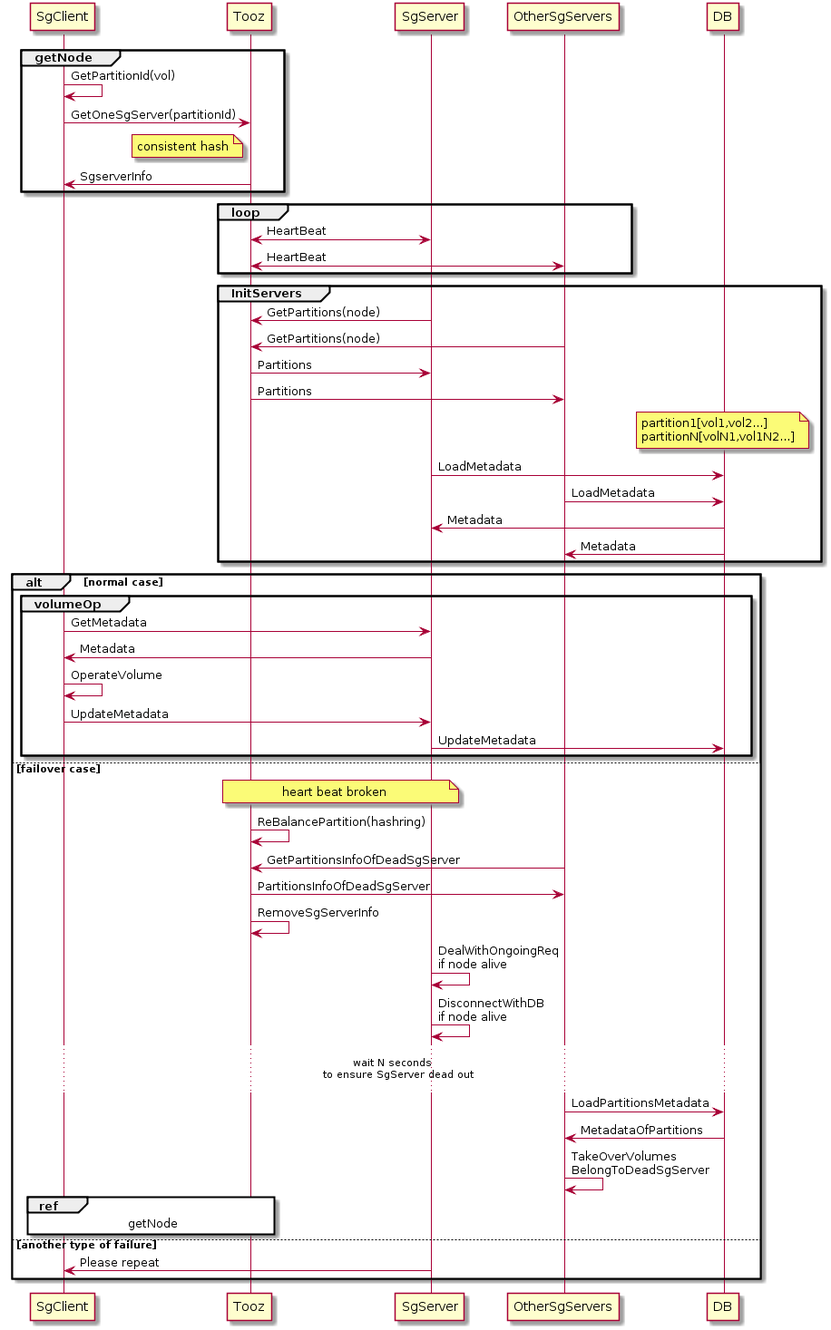
This is storage-gateway/multi server instance.png from hgqislub/pictures, a PlantUML export, as it was before one commit. The source it was exported from:
```plantuml
@startuml
group getNode
SgClient  -> SgClient: GetPartitionId(vol)
SgClient -> Tooz: GetOneSgServer(partitionId)
note left Tooz
    consistent hash
end note
SgClient <- Tooz: SgserverInfo
end

loop
    Tooz <->SgServer: HeartBeat
    Tooz <->OtherSgServers: HeartBeat
end

group InitServers
SgServer -> Tooz: GetPartitions(node)
OtherSgServers -> Tooz: GetPartitions(node)
SgServer <- Tooz: Partitions
OtherSgServers <- Tooz: Partitions
note over DB
            partition1[vol1,vol2...]
            partitionN[volN1,vol1N2...]
end note
SgServer -> DB: LoadMetadata
OtherSgServers -> DB: LoadMetadata
SgServer <- DB: Metadata
OtherSgServers <- DB: Metadata
end

alt **normal case**
    group volumeOp
        SgClient -> SgServer: GetMetadata
        SgClient <- SgServer: Metadata
        SgClient -> SgClient: OperateVolume
        SgClient -> SgServer: UpdateMetadata
        SgServer -> DB: UpdateMetadata
    end
else **failover case**
    note over SgServer,Tooz
        heart beat broken
    end note
    Tooz -> Tooz: ReBalancePartition(hashring)
    OtherSgServers -> Tooz: GetPartitionsInfoOfDeadSgServer
   OtherSgServers <- Tooz: PartitionsInfoOfDeadSgServer
    Tooz -> Tooz: RemoveSgServerInfo
    SgServer -> SgServer: DealWithOngoingReq\nif node alive
    SgServer -> SgServer: DisconnectWithDB\nif node alive
    ...wait N seconds \n  to ensure SgServer dead out...
    OtherSgServers -> DB: LoadPartitionsMetadata
    OtherSgServers <- DB: MetadataOfPartitions
    OtherSgServers -> OtherSgServers: TakeOverVolumes\nBelongToDeadSgServer
    ref over SgClient, Tooz: getNode
else **another type of failure**
    SgServer -> SgClient: Please repeat

end
@enduml
```
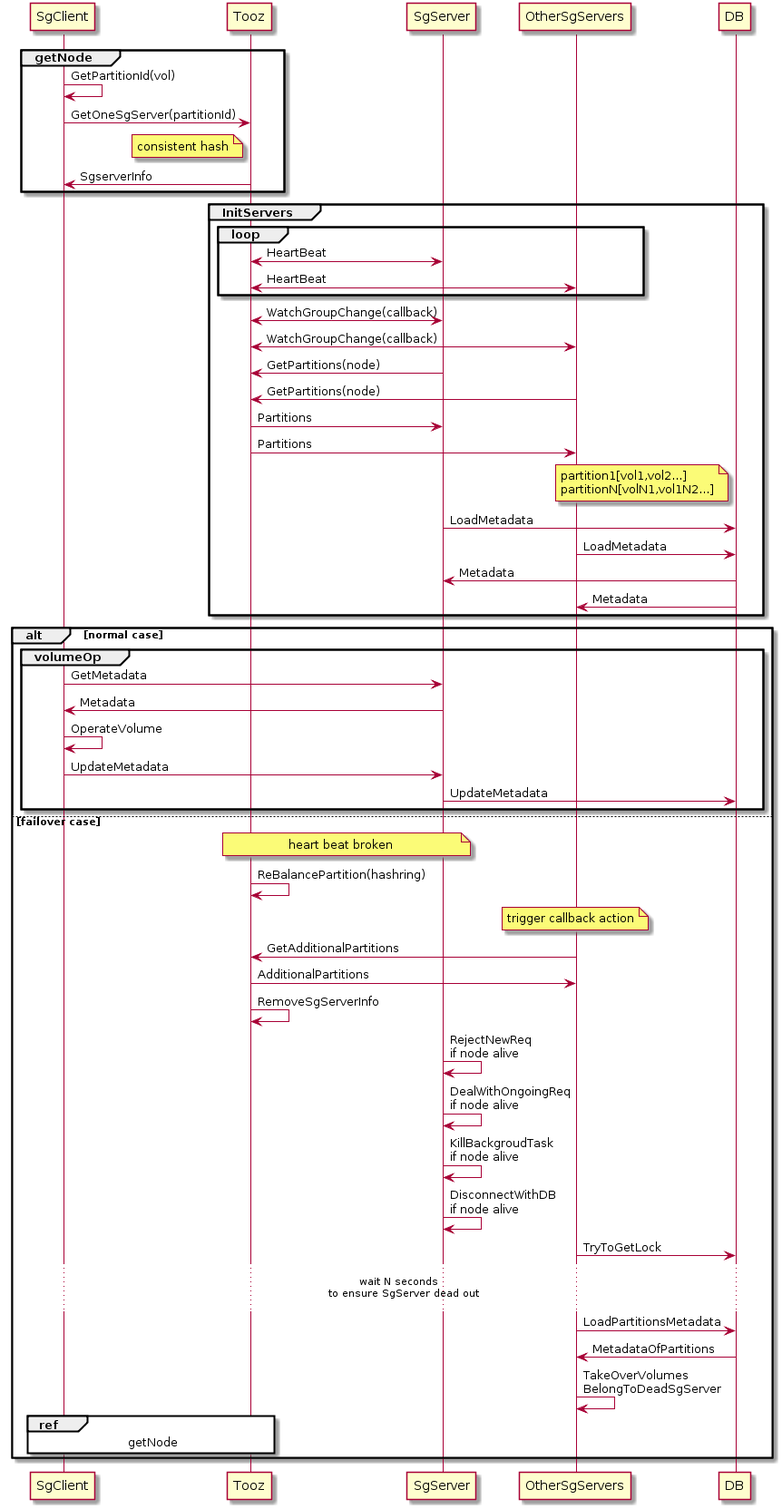
After the change.

Commit message:
multi instance

Change to the diagram source:
```diff
@@ -1,31 +1,32 @@
 @startuml
 group getNode
-SgClient  -> SgClient: GetPartitionId(vol)
-SgClient -> Tooz: GetOneSgServer(partitionId)
-note left Tooz
-    consistent hash
-end note
-SgClient <- Tooz: SgserverInfo
-end
-
-loop
-    Tooz <->SgServer: HeartBeat
-    Tooz <->OtherSgServers: HeartBeat
+    SgClient  -> SgClient: GetPartitionId(vol)
+    SgClient -> Tooz: GetOneSgServer(partitionId)
+    note left Tooz
+        consistent hash
+    end note
+    SgClient <- Tooz: SgserverInfo
 end
 
 group InitServers
-SgServer -> Tooz: GetPartitions(node)
-OtherSgServers -> Tooz: GetPartitions(node)
-SgServer <- Tooz: Partitions
-OtherSgServers <- Tooz: Partitions
-note over DB
-            partition1[vol1,vol2...]
-            partitionN[volN1,vol1N2...]
-end note
-SgServer -> DB: LoadMetadata
-OtherSgServers -> DB: LoadMetadata
-SgServer <- DB: Metadata
-OtherSgServers <- DB: Metadata
+    loop
+        Tooz <->SgServer: HeartBeat
+        Tooz <->OtherSgServers: HeartBeat
+    end
+    Tooz <->SgServer: WatchGroupChange(callback)
+    Tooz <->OtherSgServers: WatchGroupChange(callback)
+    SgServer -> Tooz: GetPartitions(node)
+    OtherSgServers -> Tooz: GetPartitions(node)
+    SgServer <- Tooz: Partitions
+    OtherSgServers <- Tooz: Partitions
+    note left DB
+                partition1[vol1,vol2...]
+                partitionN[volN1,vol1N2...]
+    end note
+    SgServer -> DB: LoadMetadata
+    OtherSgServers -> DB: LoadMetadata
+    SgServer <- DB: Metadata
+    OtherSgServers <- DB: Metadata
 end
 
 alt **normal case**
@@ -41,18 +42,21 @@
         heart beat broken
     end note
     Tooz -> Tooz: ReBalancePartition(hashring)
-    OtherSgServers -> Tooz: GetPartitionsInfoOfDeadSgServer
-   OtherSgServers <- Tooz: PartitionsInfoOfDeadSgServer
+    note over OtherSgServers
+        trigger callback action
+    end note
+    OtherSgServers -> Tooz: GetAdditionalPartitions
+    OtherSgServers <- Tooz: AdditionalPartitions
     Tooz -> Tooz: RemoveSgServerInfo
+    SgServer -> SgServer: RejectNewReq\nif node alive
     SgServer -> SgServer: DealWithOngoingReq\nif node alive
+    SgServer -> SgServer: KillBackgroudTask\nif node alive
     SgServer -> SgServer: DisconnectWithDB\nif node alive
+    OtherSgServers -> DB: TryToGetLock
     ...wait N seconds \n  to ensure SgServer dead out...
     OtherSgServers -> DB: LoadPartitionsMetadata
     OtherSgServers <- DB: MetadataOfPartitions
     OtherSgServers -> OtherSgServers: TakeOverVolumes\nBelongToDeadSgServer
     ref over SgClient, Tooz: getNode
-else **another type of failure**
-    SgServer -> SgClient: Please repeat
-
 end
 @enduml
```
